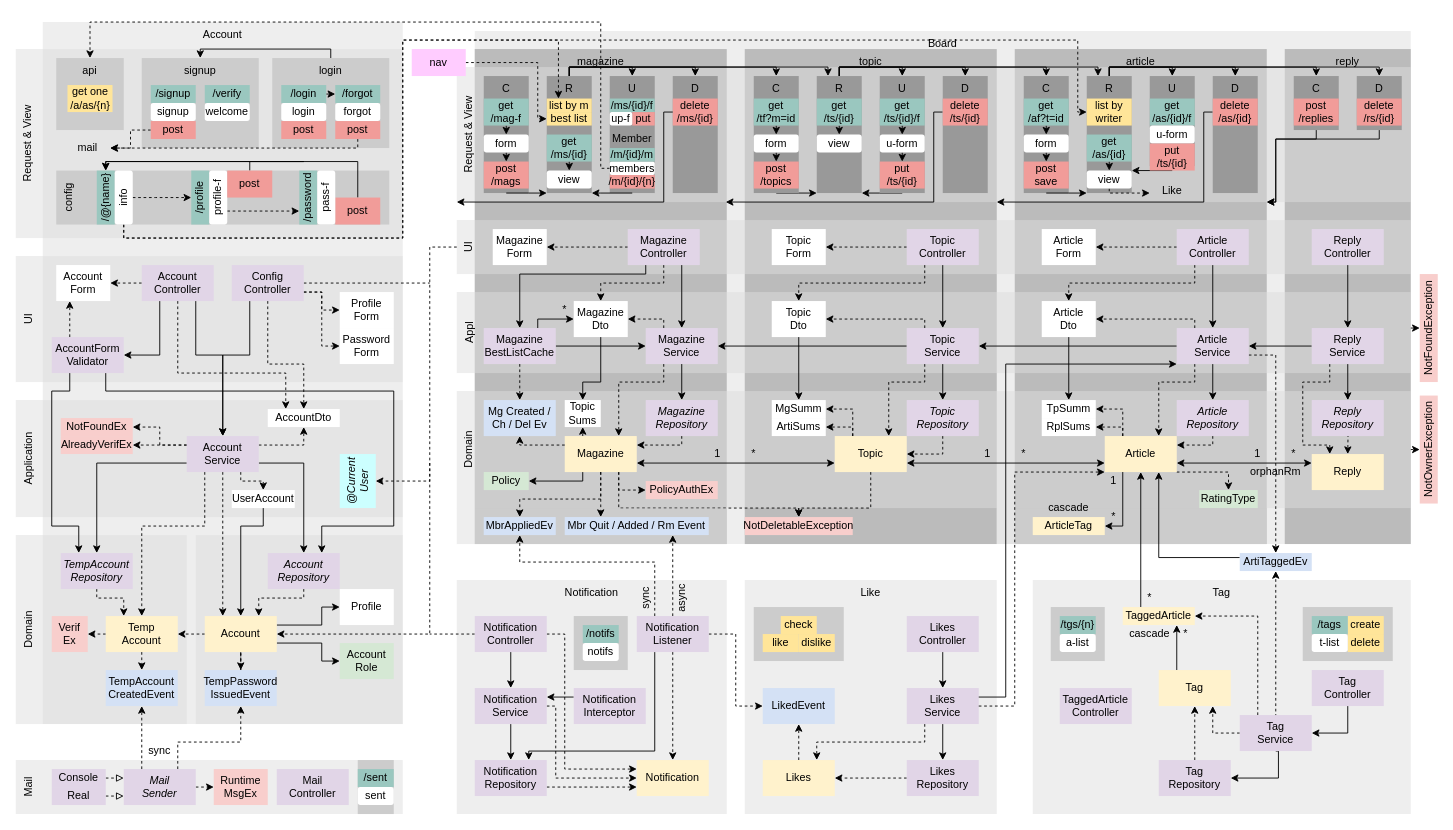
The draw.io diagram diagram.drawio in suloginscene/dinner, before the edit. Source tidied: cells renumbered, new cells numbered last; positions are measured from the earlier drawing's top-left corner, leaving out a move shared by most shapes. Both pictures are drawn from the tidied source at 90%, with x=0, y=0 at pixel (15, 22).
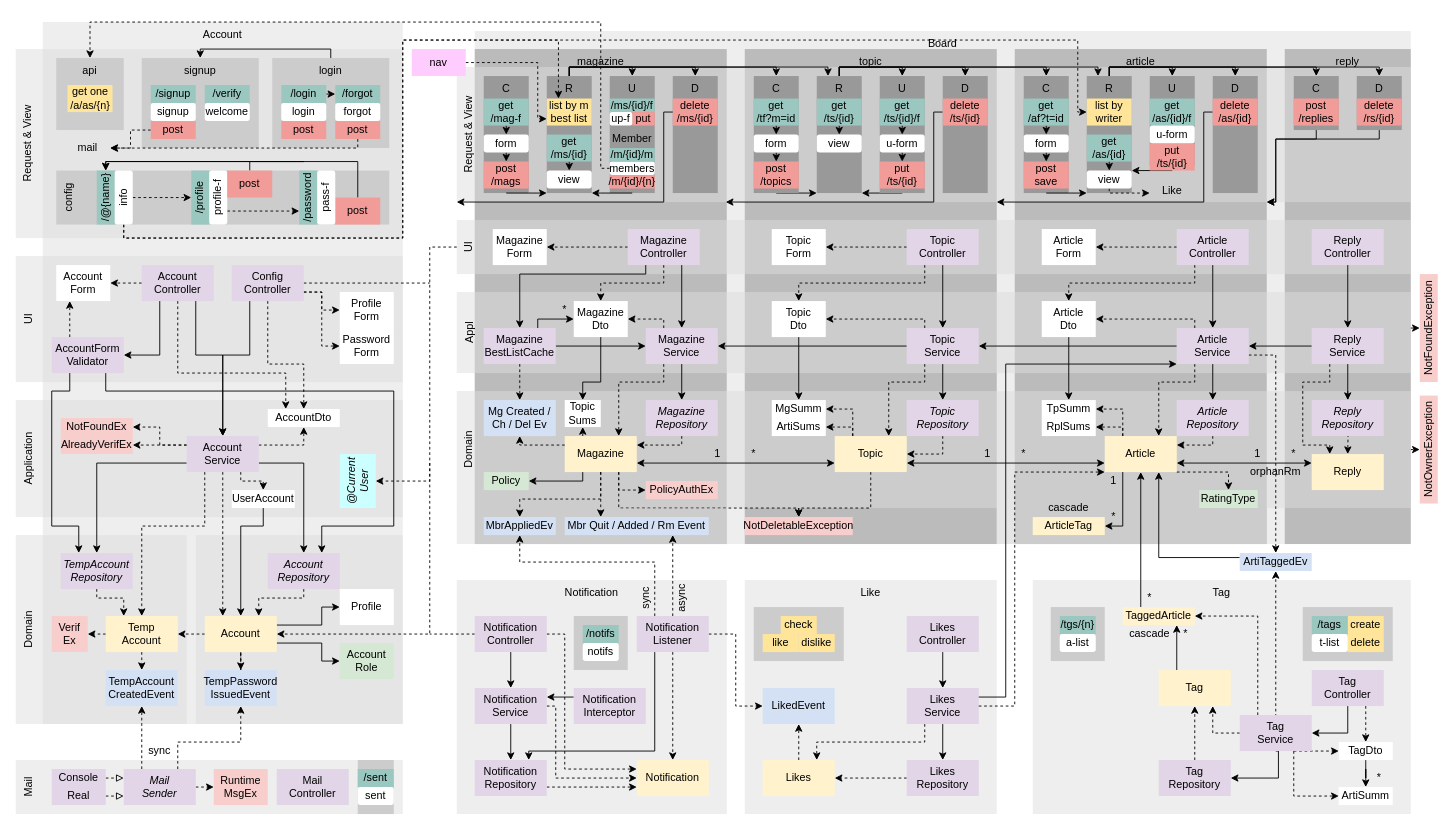
The same diagram, later.

The change refers to these unchanged cells:
```xml
<mxCell id="353" value="Tag&lt;br&gt;Controller" style="rounded=0;whiteSpace=wrap;html=1;strokeColor=none;fillColor=#E1D5E7;" parent="1" vertex="1">
  <mxGeometry x="1440" y="720" width="80" height="40" as="geometry" />
</mxCell>
<mxCell id="362" value="Tag&lt;br&gt;Service" style="rounded=0;whiteSpace=wrap;html=1;strokeColor=none;fillColor=#E1D5E7;" parent="1" vertex="1">
  <mxGeometry x="1360" y="770" width="80" height="40" as="geometry" />
</mxCell>
```

Change to the diagram source:
```diff
@@
+    <mxCell id="387" style="edgeStyle=orthogonalEdgeStyle;rounded=0;jettySize=auto;html=1;exitX=0.75;exitY=1;exitDx=0;exitDy=0;entryX=0.5;entryY=0;entryDx=0;entryDy=0;dashed=1;" parent="1" edge="1" source="353" target="392">
+      <mxGeometry relative="1" as="geometry" />
+    </mxCell>
@@
+    <mxCell id="388" style="edgeStyle=orthogonalEdgeStyle;rounded=0;jettySize=auto;html=1;exitX=0.75;exitY=1;exitDx=0;exitDy=0;dashed=1;" parent="1" edge="1" source="362" target="392">
+      <mxGeometry relative="1" as="geometry">
+        <Array as="points">
+          <mxPoint x="1440" y="810" />
+          <mxPoint x="1440" y="810" />
+        </Array>
+      </mxGeometry>
+    </mxCell>
+    <mxCell id="389" style="edgeStyle=orthogonalEdgeStyle;rounded=0;jettySize=auto;html=1;exitX=0.75;exitY=1;exitDx=0;exitDy=0;entryX=0;entryY=0.5;entryDx=0;entryDy=0;dashed=1;" parent="1" edge="1" source="362" target="390">
+      <mxGeometry relative="1" as="geometry" />
+    </mxCell>
@@
-    <mxCell id="368" value="TaggedArticle&lt;br&gt;Controller" style="rounded=0;whiteSpace=wrap;html=1;strokeColor=none;fillColor=#E1D5E7;" parent="1" vertex="1">
-      <mxGeometry x="1160" y="740" width="80" height="40" as="geometry" />
-    </mxCell>
@@
+    <mxCell id="390" value="ArtiSumm" style="rounded=0;whiteSpace=wrap;html=1;strokeColor=none;" parent="1" vertex="1">
+      <mxGeometry x="1470" y="850" width="60" height="20" as="geometry" />
+    </mxCell>
+    <mxCell id="391" style="edgeStyle=orthogonalEdgeStyle;rounded=0;jettySize=auto;html=1;exitX=0.5;exitY=1;exitDx=0;exitDy=0;" parent="1" edge="1" source="392" target="390">
+      <mxGeometry relative="1" as="geometry" />
+    </mxCell>
+    <mxCell id="392" value="TagDto" style="rounded=0;whiteSpace=wrap;html=1;strokeColor=none;" parent="1" vertex="1">
+      <mxGeometry x="1470" y="800" width="60" height="20" as="geometry" />
+    </mxCell>
+    <mxCell id="393" value="*" style="rounded=1;whiteSpace=wrap;html=1;strokeColor=none;fillColor=none;" parent="1" vertex="1">
+      <mxGeometry x="1505" y="830" width="20" height="20" as="geometry" />
+    </mxCell>
```
